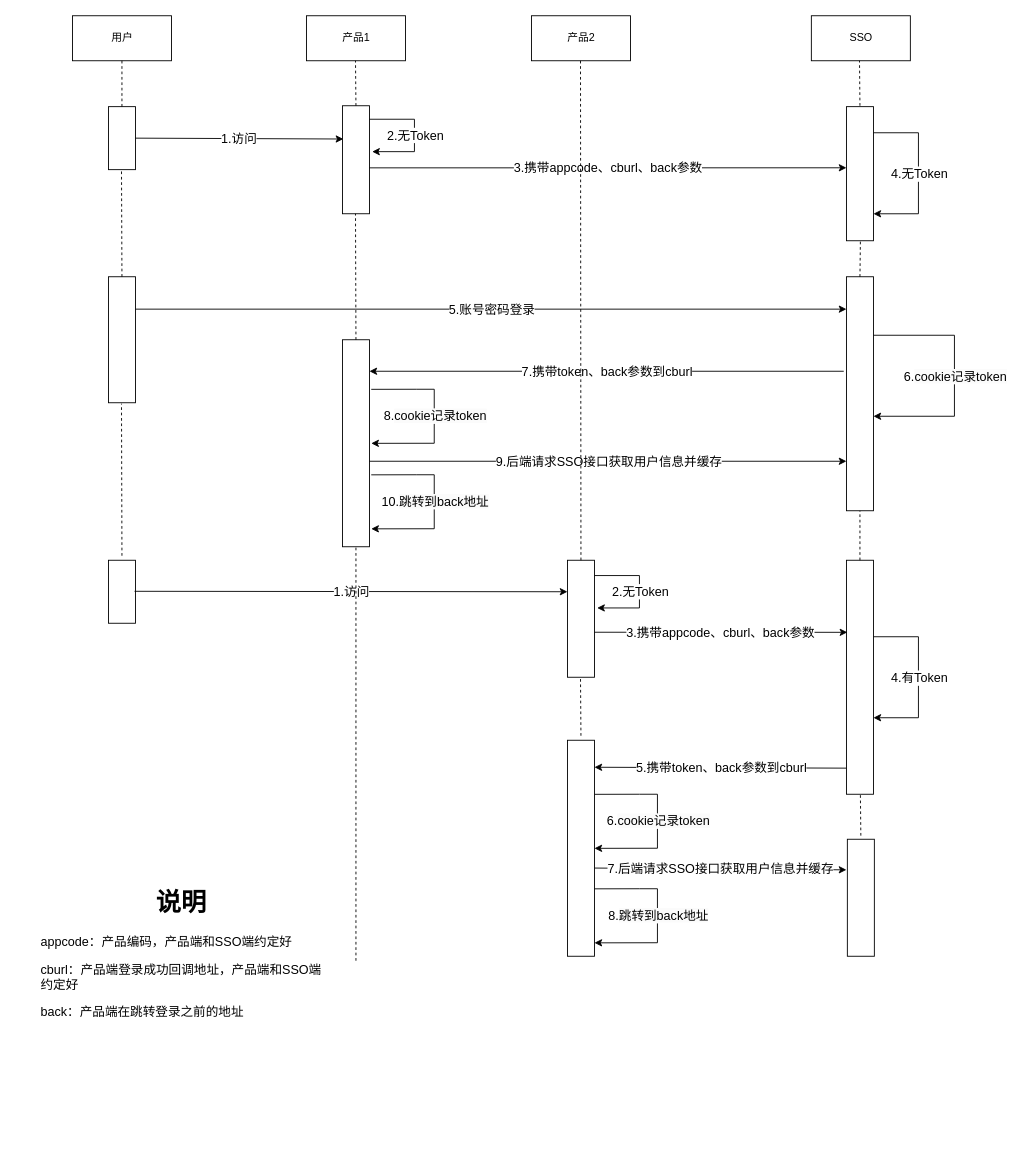
Earlier version of the draw.io diagram Project/SSO-登录.drawio (hao15239129517/drawio). Source tidied: cells renumbered, new cells numbered last; positions are measured from the earlier drawing's top-left corner, leaving out a move shared by most shapes. Both pictures are drawn from the tidied source at 90%, with x=0, y=0 at pixel (36, 15).
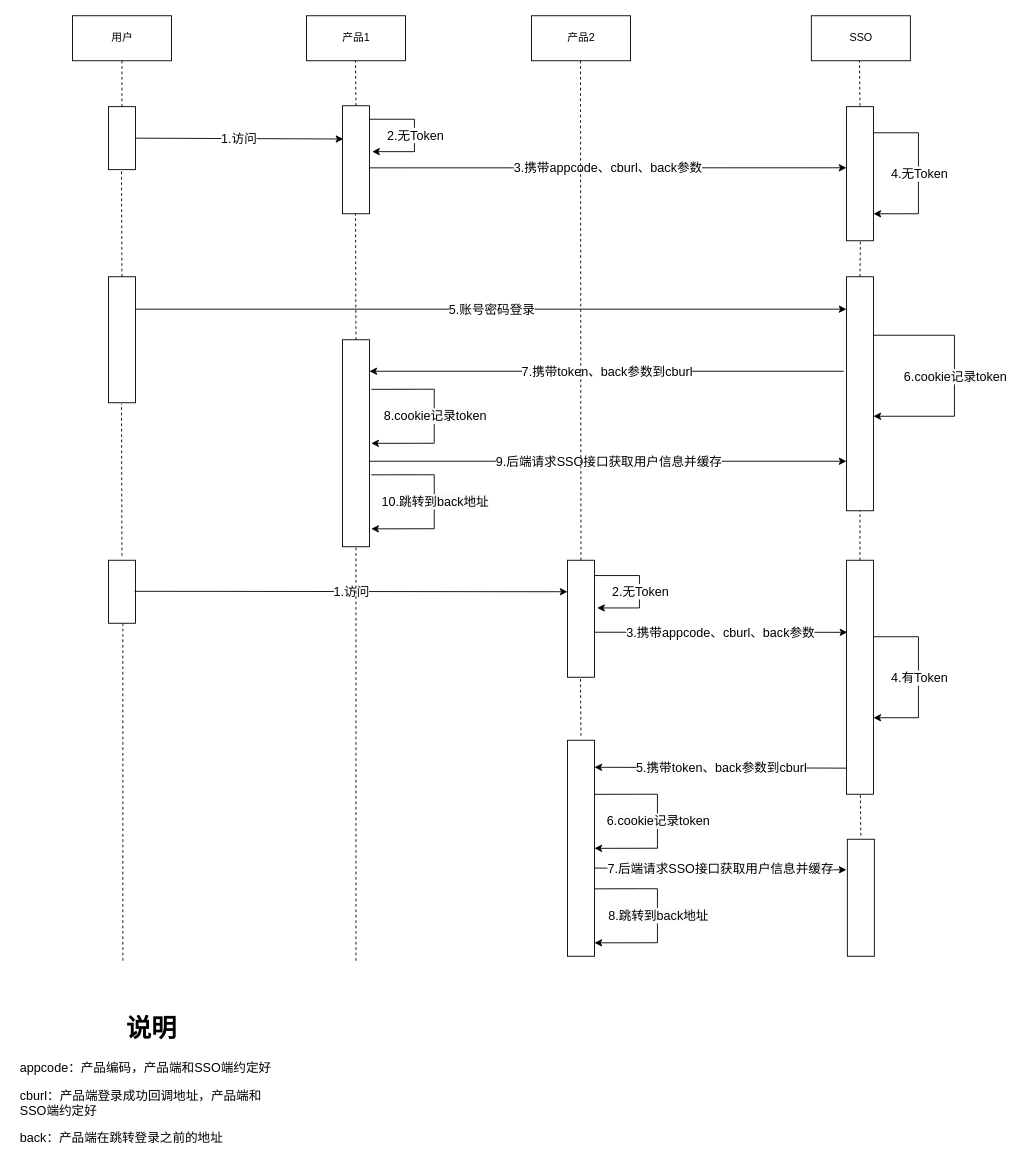
The same page after the edit.

Diff of the diagram source:
```diff
@@
     <mxCell id="55" value="&lt;h1 style=&quot;text-align: center;&quot;&gt;说明&lt;/h1&gt;&lt;p&gt;appcode：产品编码，产品端和SSO端约定好&lt;/p&gt;&lt;p&gt;cburl：产品端登录成功回调地址，产品端和SSO端约定好&lt;/p&gt;&lt;p&gt;back：产品端在跳转登录之前的地址&lt;/p&gt;" style="text;html=1;strokeColor=none;fillColor=none;spacing=5;spacingTop=-20;whiteSpace=wrap;overflow=hidden;rounded=0;fontSize=14;" parent="1" vertex="1">
-      <mxGeometry y="960" width="320" height="183" as="geometry" />
+      <mxGeometry x="-23" y="1100" width="300" height="163" as="geometry" />
     </mxCell>
@@
+    <mxCell id="66" style="endArrow=none;dashed=1;html=1;rounded=0;strokeWidth=1;fontSize=14;entryX=0.5;entryY=1;entryDx=0;entryDy=0;" parent="1" edge="1">
+      <mxGeometry x="-1" y="109" relative="1" as="geometry">
+        <mxPoint x="96" y="1050" as="sourcePoint" />
+        <mxPoint x="96" y="675" as="targetPoint" />
+        <mxPoint x="104" y="109" as="offset" />
+      </mxGeometry>
+    </mxCell>
```
